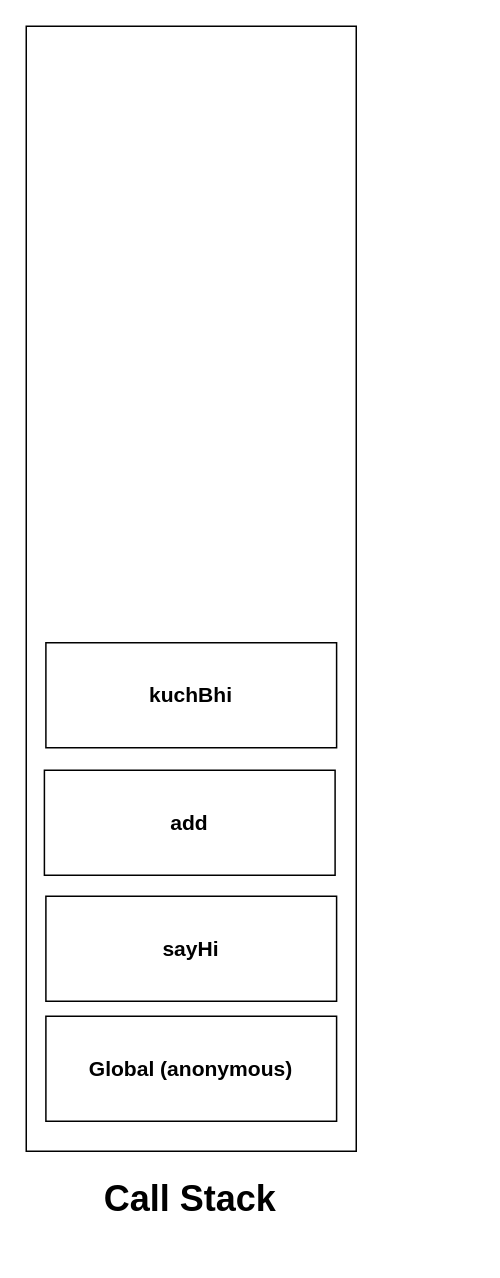
ExploitEngineer/EveryThing_youNeed_ToLearn_JavaScript keeps this draw.io diagram as page "Page-2" (2 of 3) of .drawio. Above is the earlier version. Source tidied: cells renumbered, new cells numbered last; positions are measured from the earlier drawing's top-left corner, leaving out a move shared by most shapes. Both pictures are drawn from the tidied source at 150%, with x=0, y=0 at pixel (26, 26).
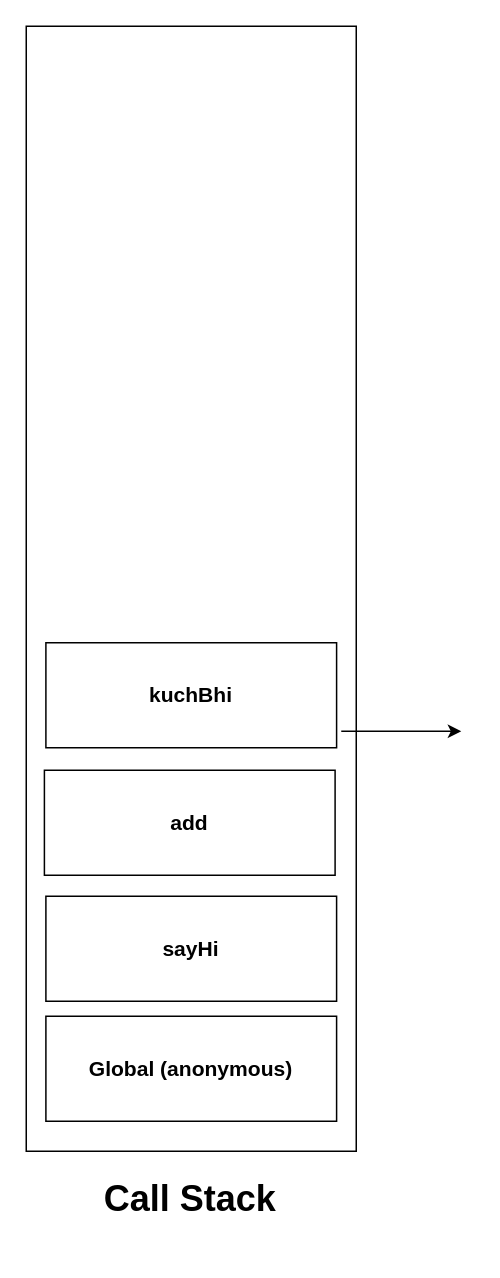
The same page after the edit.

Diff of the diagram source:
```diff
@@
 <mxGraphModel>
   <root>
     <mxCell id="0" />
     <mxCell id="1" parent="0" />
     <mxCell id="2" style="rounded=0;whiteSpace=wrap;html=1;" parent="1" vertex="1">
       <mxGeometry width="220" height="750" as="geometry" />
     </mxCell>
     <mxCell id="3" value="&lt;h1&gt;Call Stack&lt;/h1&gt;" style="text;html=1;align=center;verticalAlign=middle;strokeColor=none;fillColor=none;strokeWidth=4;" parent="1" vertex="1">
       <mxGeometry x="39" y="747" width="140" height="70" as="geometry" />
     </mxCell>
     <mxCell id="4" value="&lt;h3&gt;Global (anonymous)&lt;/h3&gt;" style="rounded=0;whiteSpace=wrap;html=1;" parent="1" vertex="1">
       <mxGeometry x="13.1" y="660" width="193.8" height="70" as="geometry" />
     </mxCell>
     <mxCell id="5" value="&lt;h3&gt;sayHi&lt;/h3&gt;" style="rounded=0;whiteSpace=wrap;html=1;" parent="1" vertex="1">
       <mxGeometry x="13.1" y="580" width="193.8" height="70" as="geometry" />
     </mxCell>
     <mxCell id="6" value="&lt;h3&gt;add&lt;/h3&gt;" style="rounded=0;whiteSpace=wrap;html=1;" parent="1" vertex="1">
       <mxGeometry x="12.1" y="496" width="193.8" height="70" as="geometry" />
     </mxCell>
     <mxCell id="7" value="&lt;h3&gt;kuchBhi&lt;/h3&gt;" style="rounded=0;whiteSpace=wrap;html=1;" parent="1" vertex="1">
       <mxGeometry x="13.1" y="411" width="193.8" height="70" as="geometry" />
     </mxCell>
+    <mxCell id="8" style="edgeStyle=none;orthogonalLoop=1;jettySize=auto;html=1;" parent="1" edge="1">
+      <mxGeometry relative="1" as="geometry">
+        <mxPoint x="210" y="470" as="sourcePoint" />
+        <mxPoint x="290" y="470" as="targetPoint" />
+      </mxGeometry>
+    </mxCell>
   </root>
 </mxGraphModel>
```
